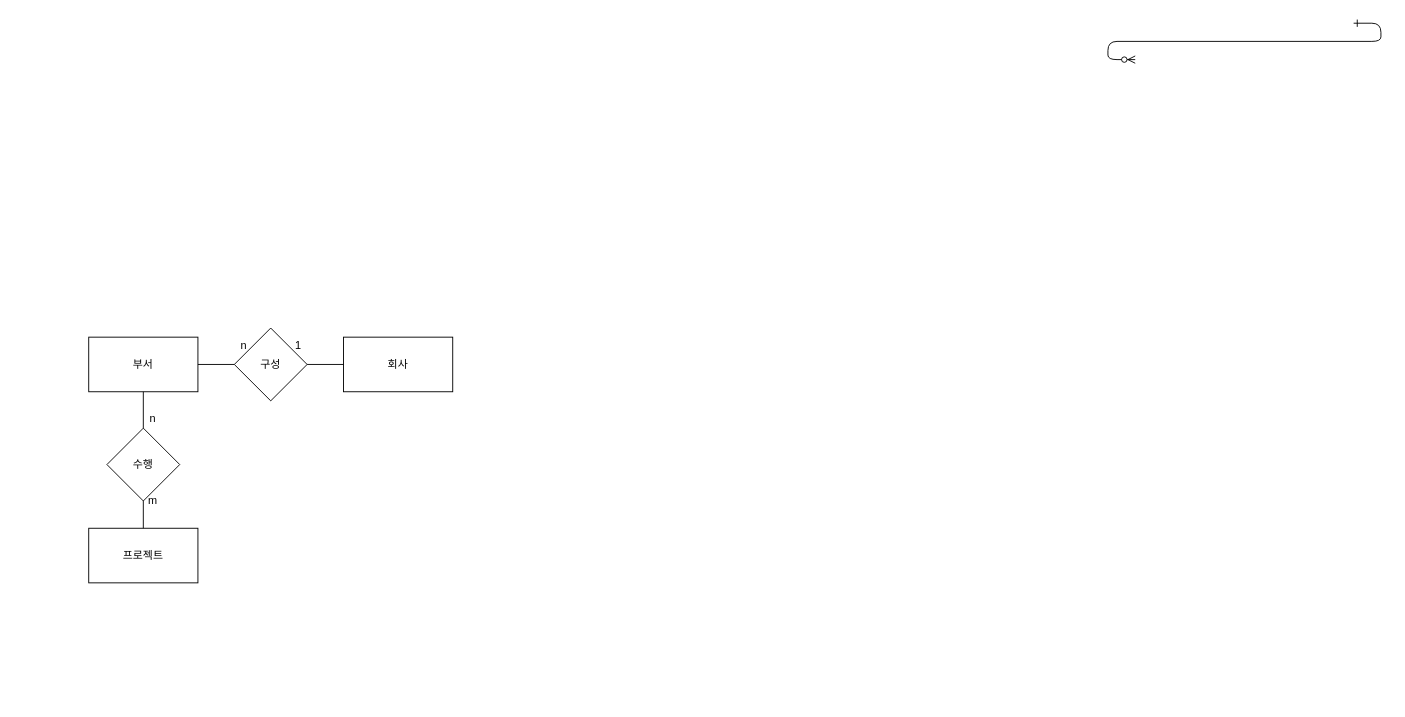
Earlier version of the draw.io diagram Untitled Diagram.drawio (oss0202/erwin). Source tidied: cells renumbered, new cells numbered last; positions are measured from the earlier drawing's top-left corner, leaving out a move shared by most shapes. Both pictures are drawn from the tidied source at 91%, with x=0, y=0 at pixel (88, 23).
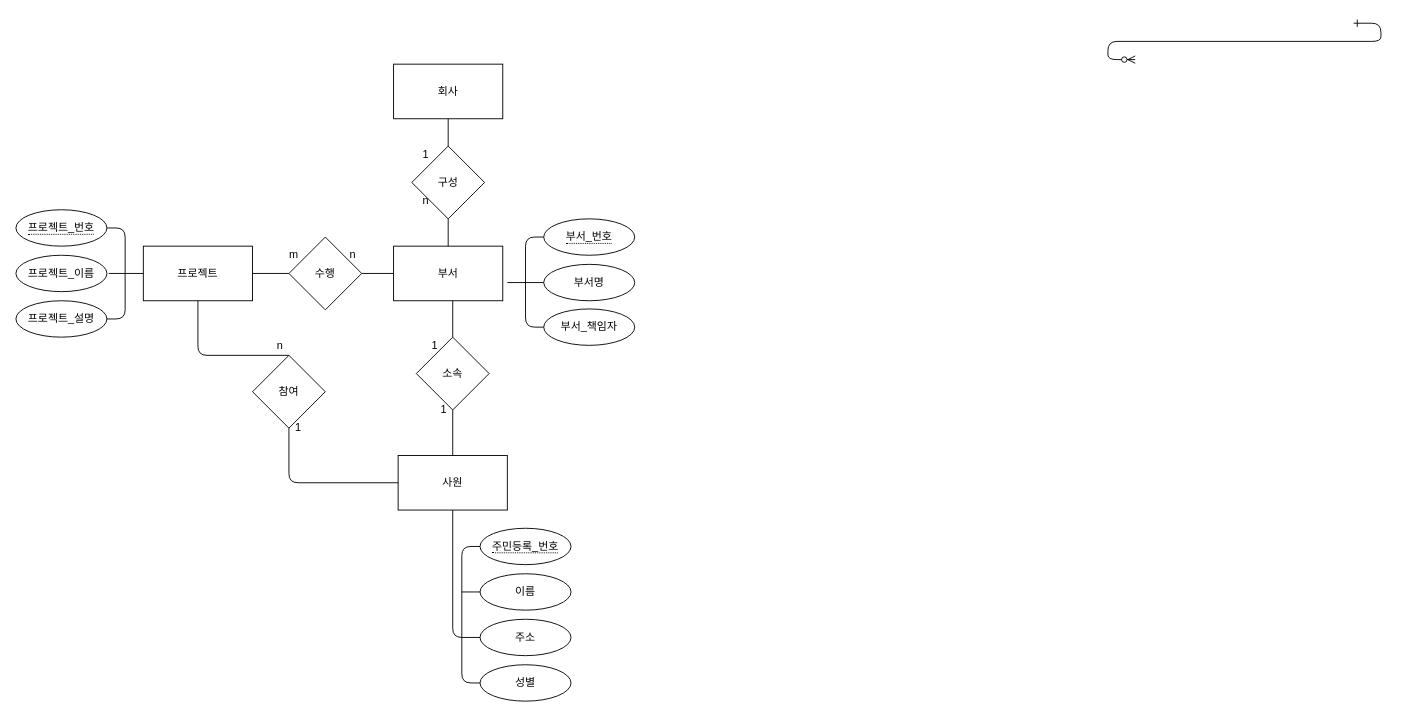
The same page after the edit.

Commit message:
Erwin 연습문제 v1.0

Diff of the diagram source:
```diff
@@
     <mxCell id="3" value="회사" style="rounded=0;whiteSpace=wrap;html=1;" parent="1" vertex="1">
-      <mxGeometry x="280" y="345" width="120" height="60" as="geometry" />
+      <mxGeometry x="335" y="45" width="120" height="60" as="geometry" />
     </mxCell>
     <mxCell id="4" value="부서" style="rounded=0;whiteSpace=wrap;html=1;" parent="1" vertex="1">
-      <mxGeometry y="345" width="120" height="60" as="geometry" />
+      <mxGeometry x="335" y="245" width="120" height="60" as="geometry" />
     </mxCell>
     <mxCell id="5" value="구성" style="rhombus;whiteSpace=wrap;html=1;" parent="1" vertex="1">
-      <mxGeometry x="160" y="335" width="80" height="80" as="geometry" />
+      <mxGeometry x="355" y="135" width="80" height="80" as="geometry" />
     </mxCell>
-    <mxCell id="6" style="endArrow=none;html=1;exitX=1;exitY=0.5;exitDx=0;exitDy=0;entryX=0;entryY=0.5;entryDx=0;entryDy=0;" parent="1" edge="1" source="5" target="3">
+    <mxCell id="6" style="endArrow=none;html=1;exitX=0.5;exitY=0;exitDx=0;exitDy=0;entryX=0.5;entryY=1;entryDx=0;entryDy=0;" parent="1" edge="1" source="5" target="3">
       <mxGeometry relative="1" as="geometry" />
     </mxCell>
-    <mxCell id="7" style="endArrow=none;html=1;exitX=1;exitY=0.5;exitDx=0;exitDy=0;entryX=0;entryY=0.5;entryDx=0;entryDy=0;" parent="1" edge="1" source="4" target="5">
+    <mxCell id="7" style="endArrow=none;html=1;exitX=0.5;exitY=0;exitDx=0;exitDy=0;entryX=0.5;entryY=1;entryDx=0;entryDy=0;" parent="1" edge="1" source="4" target="5">
       <mxGeometry relative="1" as="geometry" />
     </mxCell>
     <mxCell id="8" value="1" style="text;html=1;align=center;verticalAlign=middle;strokeColor=none;" parent="1" vertex="1">
-      <mxGeometry x="220" y="345" width="20" height="20" as="geometry" />
+      <mxGeometry x="360" y="135" width="20" height="20" as="geometry" />
     </mxCell>
     <mxCell id="9" value="n" style="text;html=1;align=center;verticalAlign=middle;strokeColor=none;" parent="1" vertex="1">
-      <mxGeometry x="160" y="345" width="20" height="20" as="geometry" />
+      <mxGeometry x="360" y="185" width="20" height="20" as="geometry" />
     </mxCell>
     <mxCell id="10" value="프로젝트" style="rounded=0;whiteSpace=wrap;html=1;" parent="1" vertex="1">
-      <mxGeometry y="555" width="120" height="60" as="geometry" />
+      <mxGeometry x="60" y="245" width="120" height="60" as="geometry" />
     </mxCell>
     <mxCell id="11" value="수행" style="rhombus;whiteSpace=wrap;html=1;" parent="1" vertex="1">
-      <mxGeometry x="20" y="445" width="80" height="80" as="geometry" />
+      <mxGeometry x="220" y="235" width="80" height="80" as="geometry" />
     </mxCell>
-    <mxCell id="12" style="endArrow=none;html=1;exitX=0.5;exitY=1;exitDx=0;exitDy=0;entryX=0.5;entryY=0;entryDx=0;entryDy=0;" parent="1" edge="1" source="4" target="11">
+    <mxCell id="12" style="endArrow=none;html=1;exitX=0;exitY=0.5;exitDx=0;exitDy=0;entryX=1;entryY=0.5;entryDx=0;entryDy=0;" parent="1" edge="1" source="4" target="11">
       <mxGeometry relative="1" as="geometry" />
     </mxCell>
-    <mxCell id="13" style="endArrow=none;html=1;exitX=0.5;exitY=1;exitDx=0;exitDy=0;entryX=0.5;entryY=0;entryDx=0;entryDy=0;" parent="1" edge="1" source="11" target="10">
+    <mxCell id="13" style="endArrow=none;html=1;exitX=0;exitY=0.5;exitDx=0;exitDy=0;entryX=1;entryY=0.5;entryDx=0;entryDy=0;" parent="1" edge="1" source="11" target="10">
       <mxGeometry relative="1" as="geometry" />
     </mxCell>
     <mxCell id="14" value="n" style="text;html=1;align=center;verticalAlign=middle;strokeColor=none;" parent="1" vertex="1">
-      <mxGeometry x="60" y="425" width="20" height="20" as="geometry" />
+      <mxGeometry x="280" y="245" width="20" height="20" as="geometry" />
     </mxCell>
     <mxCell id="15" value="m" style="text;html=1;align=center;verticalAlign=middle;strokeColor=none;" parent="1" vertex="1">
-      <mxGeometry x="55" y="515" width="30" height="20" as="geometry" />
+      <mxGeometry x="210" y="245" width="30" height="20" as="geometry" />
     </mxCell>
+    <mxCell id="16" value="사원" style="rounded=0;whiteSpace=wrap;html=1;" parent="1" vertex="1">
+      <mxGeometry x="340" y="475" width="120" height="60" as="geometry" />
+    </mxCell>
+    <mxCell id="17" value="소속" style="rhombus;whiteSpace=wrap;html=1;direction=south;" parent="1" vertex="1">
+      <mxGeometry x="360" y="345" width="80" height="80" as="geometry" />
+    </mxCell>
+    <mxCell id="18" value="참여" style="rhombus;whiteSpace=wrap;html=1;direction=south;" parent="1" vertex="1">
+      <mxGeometry x="180" y="365" width="80" height="80" as="geometry" />
+    </mxCell>
+    <mxCell id="19" style="endArrow=none;html=1;entryX=0;entryY=0.5;entryDx=0;entryDy=0;" parent="1" edge="1" target="17">
+      <mxGeometry relative="1" as="geometry">
+        <mxPoint x="400" y="305" as="sourcePoint" />
+      </mxGeometry>
+    </mxCell>
+    <mxCell id="20" style="endArrow=none;html=1;entryX=1;entryY=0.5;entryDx=0;entryDy=0;exitX=0.5;exitY=0;exitDx=0;exitDy=0;" parent="1" edge="1" source="16" target="17">
+      <mxGeometry relative="1" as="geometry" />
+    </mxCell>
+    <mxCell id="21" value="1" style="text;html=1;align=center;verticalAlign=middle;strokeColor=none;" parent="1" vertex="1">
+      <mxGeometry x="370" y="345" width="20" height="20" as="geometry" />
+    </mxCell>
+    <mxCell id="22" value="1" style="text;html=1;align=center;verticalAlign=middle;strokeColor=none;" parent="1" vertex="1">
+      <mxGeometry x="380" y="415" width="20" height="20" as="geometry" />
+    </mxCell>
+    <mxCell id="23" style="endArrow=none;html=1;entryX=0;entryY=0.5;entryDx=0;entryDy=0;exitX=0.5;exitY=1;exitDx=0;exitDy=0;" parent="1" edge="1" source="10" target="18">
+      <mxGeometry relative="1" as="geometry">
+        <Array as="points">
+          <mxPoint x="120" y="365" />
+        </Array>
+      </mxGeometry>
+    </mxCell>
+    <mxCell id="24" style="endArrow=none;html=1;entryX=0;entryY=0.5;entryDx=0;entryDy=0;exitX=1;exitY=0.5;exitDx=0;exitDy=0;" parent="1" edge="1" source="18" target="16">
+      <mxGeometry relative="1" as="geometry">
+        <Array as="points">
+          <mxPoint x="220" y="505" />
+        </Array>
+      </mxGeometry>
+    </mxCell>
+    <mxCell id="25" value="n" style="text;html=1;align=center;verticalAlign=middle;strokeColor=none;" parent="1" vertex="1">
+      <mxGeometry x="200" y="345" width="20" height="20" as="geometry" />
+    </mxCell>
+    <mxCell id="26" value="1" style="text;html=1;align=center;verticalAlign=middle;strokeColor=none;" parent="1" vertex="1">
+      <mxGeometry x="220" y="435" width="20" height="20" as="geometry" />
+    </mxCell>
+    <mxCell id="27" value="부서명" style="ellipse;whiteSpace=wrap;html=1;align=center;" parent="1" vertex="1">
+      <mxGeometry x="500" y="265" width="100" height="40" as="geometry" />
+    </mxCell>
+    <mxCell id="28" value="부서_책임자" style="ellipse;whiteSpace=wrap;html=1;align=center;" parent="1" vertex="1">
+      <mxGeometry x="500" y="314" width="100" height="40" as="geometry" />
+    </mxCell>
+    <mxCell id="29" value="&lt;span style=&quot;border-bottom: 1px dotted&quot;&gt;부서_번호&lt;/span&gt;" style="ellipse;whiteSpace=wrap;html=1;align=center;gradientColor=none;" parent="1" vertex="1">
+      <mxGeometry x="500" y="215" width="100" height="40" as="geometry" />
+    </mxCell>
+    <mxCell id="30" value="&lt;span style=&quot;border-bottom: 1px dotted&quot;&gt;프로젝트_번호&lt;/span&gt;" style="ellipse;whiteSpace=wrap;html=1;align=center;gradientColor=none;" parent="1" vertex="1">
+      <mxGeometry x="-80" y="205" width="100" height="40" as="geometry" />
+    </mxCell>
+    <mxCell id="31" value="프로젝트_이름" style="ellipse;whiteSpace=wrap;html=1;align=center;" parent="1" vertex="1">
+      <mxGeometry x="-80" y="255" width="100" height="40" as="geometry" />
+    </mxCell>
+    <mxCell id="32" value="프로젝트_설명" style="ellipse;whiteSpace=wrap;html=1;align=center;" parent="1" vertex="1">
+      <mxGeometry x="-80" y="305" width="100" height="40" as="geometry" />
+    </mxCell>
+    <mxCell id="33" value="&lt;span style=&quot;border-bottom: 1px dotted&quot;&gt;주민등록_번호&lt;/span&gt;" style="ellipse;whiteSpace=wrap;html=1;align=center;gradientColor=none;" parent="1" vertex="1">
+      <mxGeometry x="430" y="555" width="100" height="40" as="geometry" />
+    </mxCell>
+    <mxCell id="34" value="이름" style="ellipse;whiteSpace=wrap;html=1;align=center;" parent="1" vertex="1">
+      <mxGeometry x="430" y="605" width="100" height="40" as="geometry" />
+    </mxCell>
+    <mxCell id="35" value="주소" style="ellipse;whiteSpace=wrap;html=1;align=center;" parent="1" vertex="1">
+      <mxGeometry x="430" y="655" width="100" height="40" as="geometry" />
+    </mxCell>
+    <mxCell id="36" value="성별" style="ellipse;whiteSpace=wrap;html=1;align=center;" parent="1" vertex="1">
+      <mxGeometry x="430" y="705" width="100" height="40" as="geometry" />
+    </mxCell>
+    <mxCell id="37" style="endArrow=none;html=1;entryX=0;entryY=0.5;entryDx=0;entryDy=0;" parent="1" edge="1" target="10">
+      <mxGeometry relative="1" as="geometry">
+        <mxPoint x="22" y="275" as="sourcePoint" />
+      </mxGeometry>
+    </mxCell>
+    <mxCell id="38" style="endArrow=none;html=1;entryX=1;entryY=0.5;entryDx=0;entryDy=0;" parent="1" edge="1" target="32">
+      <mxGeometry relative="1" as="geometry">
+        <mxPoint x="40" y="275" as="sourcePoint" />
+        <Array as="points">
+          <mxPoint x="40" y="325" />
+        </Array>
+      </mxGeometry>
+    </mxCell>
+    <mxCell id="39" style="endArrow=none;html=1;entryX=1;entryY=0.5;entryDx=0;entryDy=0;" parent="1" edge="1" target="30">
+      <mxGeometry relative="1" as="geometry">
+        <mxPoint x="40" y="275" as="sourcePoint" />
+        <Array as="points">
+          <mxPoint x="40" y="225" />
+        </Array>
+      </mxGeometry>
+    </mxCell>
+    <mxCell id="40" style="endArrow=none;html=1;entryX=0;entryY=0.5;entryDx=0;entryDy=0;" parent="1" edge="1" target="27">
+      <mxGeometry relative="1" as="geometry">
+        <mxPoint x="460" y="285" as="sourcePoint" />
+      </mxGeometry>
+    </mxCell>
+    <mxCell id="41" style="endArrow=none;html=1;entryX=0;entryY=0.5;entryDx=0;entryDy=0;" parent="1" edge="1" target="28">
+      <mxGeometry relative="1" as="geometry">
+        <mxPoint x="480" y="285" as="sourcePoint" />
+        <Array as="points">
+          <mxPoint x="480" y="334" />
+        </Array>
+      </mxGeometry>
+    </mxCell>
+    <mxCell id="42" style="endArrow=none;html=1;entryX=0;entryY=0.5;entryDx=0;entryDy=0;" parent="1" edge="1" target="29">
+      <mxGeometry relative="1" as="geometry">
+        <mxPoint x="480" y="285" as="sourcePoint" />
+        <Array as="points">
+          <mxPoint x="480" y="235" />
+        </Array>
+      </mxGeometry>
+    </mxCell>
+    <mxCell id="43" style="endArrow=none;html=1;entryX=0;entryY=0.5;entryDx=0;entryDy=0;exitX=0.5;exitY=1;exitDx=0;exitDy=0;" parent="1" edge="1" source="16" target="35">
+      <mxGeometry relative="1" as="geometry">
+        <Array as="points">
+          <mxPoint x="400" y="675" />
+        </Array>
+      </mxGeometry>
+    </mxCell>
+    <mxCell id="44" style="endArrow=none;html=1;exitX=0;exitY=0.5;exitDx=0;exitDy=0;" parent="1" edge="1" source="33">
+      <mxGeometry relative="1" as="geometry">
+        <mxPoint x="410" y="675" as="targetPoint" />
+        <Array as="points">
+          <mxPoint x="410" y="575" />
+        </Array>
+      </mxGeometry>
+    </mxCell>
+    <mxCell id="45" style="endArrow=none;html=1;exitX=0;exitY=0.5;exitDx=0;exitDy=0;" parent="1" edge="1" source="34">
+      <mxGeometry relative="1" as="geometry">
+        <mxPoint x="410" y="625" as="targetPoint" />
+      </mxGeometry>
+    </mxCell>
+    <mxCell id="46" style="endArrow=none;html=1;exitX=0;exitY=0.5;exitDx=0;exitDy=0;" parent="1" edge="1" source="36">
+      <mxGeometry relative="1" as="geometry">
+        <mxPoint x="410" y="675" as="targetPoint" />
+        <Array as="points">
+          <mxPoint x="410" y="725" />
+        </Array>
+      </mxGeometry>
+    </mxCell>
```
